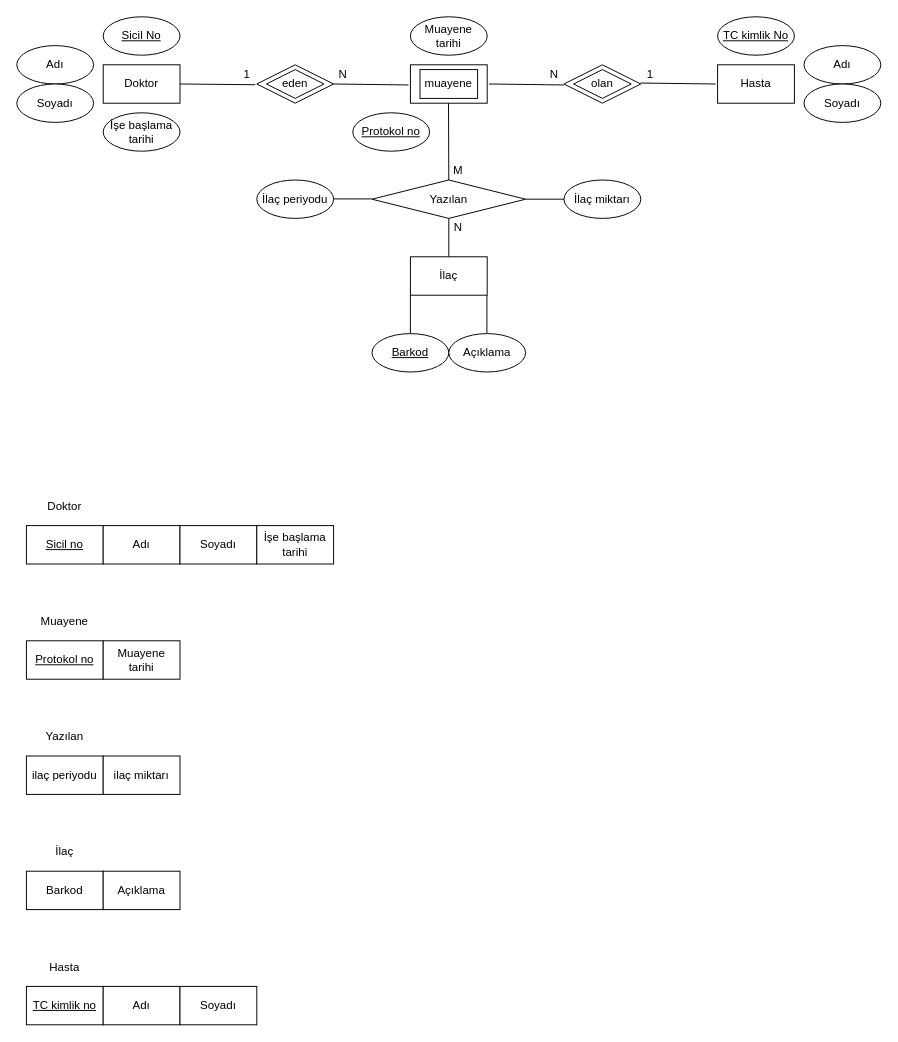
Above: ogrenci_bilgi_sistemi.drawio in semihhdemirel/semihhdemirel (draw.io), before the change. Source tidied: cells renumbered, new cells numbered last; positions are measured from the earlier drawing's top-left corner, leaving out a move shared by most shapes. Both pictures are drawn from the tidied source at 96%, with x=0, y=0 at pixel (16, 16).
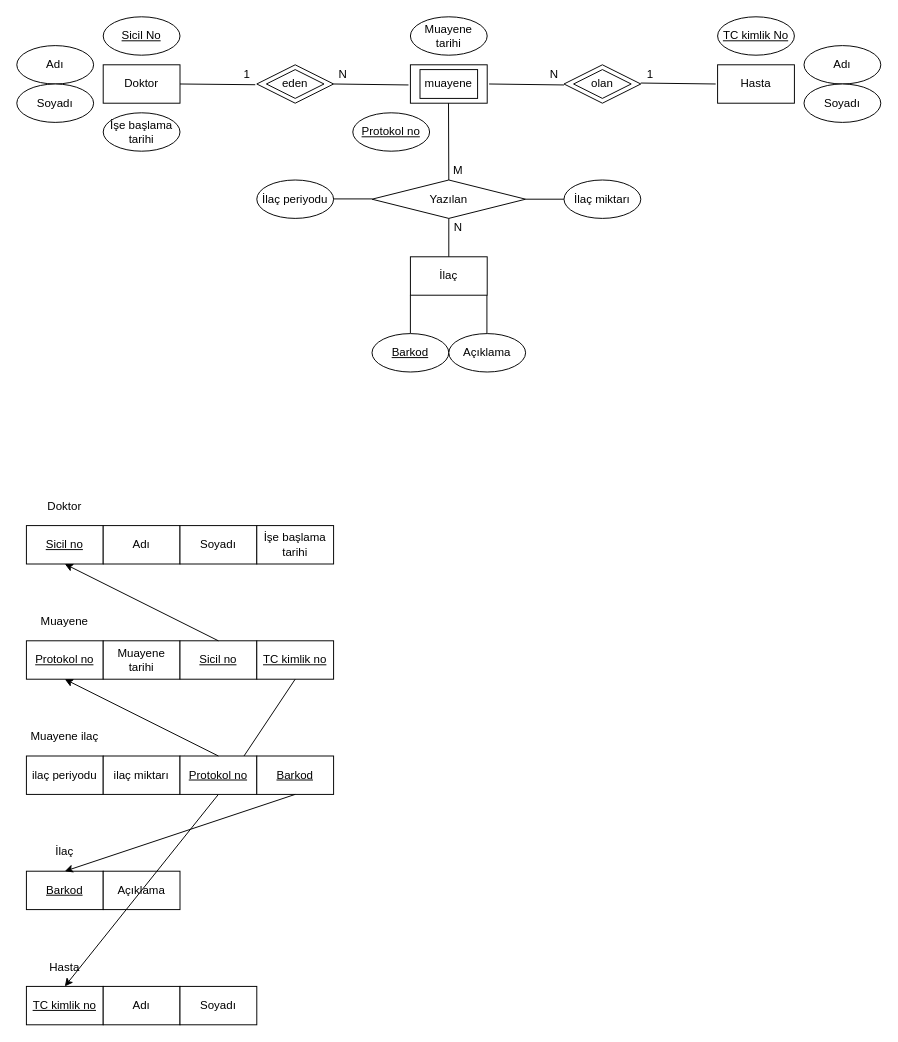
Above is the later version.

The change refers to these unchanged cells:
```xml
<mxCell id="5" value="&lt;u&gt;Sicil no&lt;/u&gt;" style="rounded=0;whiteSpace=wrap;html=1;" parent="1" vertex="1">
  <mxGeometry x="10" y="530" width="80" height="40" as="geometry" />
</mxCell>
<mxCell id="46" value="&lt;u&gt;Protokol no&lt;/u&gt;" style="rounded=0;whiteSpace=wrap;html=1;" parent="1" vertex="1">
  <mxGeometry x="10" y="650" width="80" height="40" as="geometry" />
</mxCell>
<mxCell id="51" value="İlaç" style="text;html=1;align=center;verticalAlign=middle;whiteSpace=wrap;rounded=0;" parent="1" vertex="1">
  <mxGeometry x="10" y="850" width="80" height="40" as="geometry" />
</mxCell>
<mxCell id="54" value="Hasta" style="text;html=1;align=center;verticalAlign=middle;whiteSpace=wrap;rounded=0;" parent="1" vertex="1">
  <mxGeometry x="10" y="970" width="80" height="40" as="geometry" />
</mxCell>
```

The edit, as a diff of the source:
```diff
@@
-    <mxCell id="48" value="Yazılan" style="text;html=1;align=center;verticalAlign=middle;whiteSpace=wrap;rounded=0;" parent="1" vertex="1">
+    <mxCell id="48" value="Muayene ilaç" style="text;html=1;align=center;verticalAlign=middle;whiteSpace=wrap;rounded=0;" parent="1" vertex="1">
       <mxGeometry x="10" y="730" width="80" height="40" as="geometry" />
     </mxCell>
@@
-    <mxCell id="52" value="Barkod" style="rounded=0;whiteSpace=wrap;html=1;" parent="1" vertex="1">
+    <mxCell id="52" value="&lt;u&gt;Barkod&lt;/u&gt;" style="rounded=0;whiteSpace=wrap;html=1;" parent="1" vertex="1">
       <mxGeometry x="10" y="890" width="80" height="40" as="geometry" />
     </mxCell>
@@
+    <mxCell id="59" value="&lt;u&gt;Sicil no&lt;/u&gt;" style="rounded=0;whiteSpace=wrap;html=1;" parent="1" vertex="1">
+      <mxGeometry x="170" y="650" width="80" height="40" as="geometry" />
+    </mxCell>
+    <mxCell id="60" style="endArrow=classic;html=1;rounded=0;entryX=0.5;entryY=1;entryDx=0;entryDy=0;" parent="1" edge="1" target="5">
+      <mxGeometry relative="1" as="geometry">
+        <mxPoint x="210" y="650" as="sourcePoint" />
+      </mxGeometry>
+    </mxCell>
+    <mxCell id="61" value="&lt;u&gt;TC kimlik no&lt;/u&gt;" style="rounded=0;whiteSpace=wrap;html=1;" parent="1" vertex="1">
+      <mxGeometry x="250" y="650" width="80" height="40" as="geometry" />
+    </mxCell>
+    <mxCell id="62" style="endArrow=classic;html=1;rounded=0;exitX=0.5;exitY=1;exitDx=0;exitDy=0;entryX=0.5;entryY=1;entryDx=0;entryDy=0;" parent="1" edge="1" source="64" target="54">
+      <mxGeometry relative="1" as="geometry" />
+    </mxCell>
+    <mxCell id="63" style="endArrow=classic;html=1;rounded=0;exitX=0.5;exitY=1;exitDx=0;exitDy=0;entryX=0.5;entryY=1;entryDx=0;entryDy=0;" parent="1" edge="1" source="61" target="64">
+      <mxGeometry relative="1" as="geometry" />
+    </mxCell>
+    <mxCell id="64" value="&lt;u&gt;Protokol no&lt;/u&gt;" style="rounded=0;whiteSpace=wrap;html=1;" parent="1" vertex="1">
+      <mxGeometry x="170" y="770" width="80" height="40" as="geometry" />
+    </mxCell>
+    <mxCell id="65" value="&lt;u&gt;Barkod&lt;/u&gt;" style="rounded=0;whiteSpace=wrap;html=1;" parent="1" vertex="1">
+      <mxGeometry x="250" y="770" width="80" height="40" as="geometry" />
+    </mxCell>
+    <mxCell id="66" style="endArrow=classic;html=1;rounded=0;entryX=0.5;entryY=1;entryDx=0;entryDy=0;exitX=0.5;exitY=0;exitDx=0;exitDy=0;" parent="1" edge="1" source="64" target="46">
+      <mxGeometry relative="1" as="geometry" />
+    </mxCell>
+    <mxCell id="67" style="endArrow=classic;html=1;rounded=0;entryX=0.5;entryY=1;entryDx=0;entryDy=0;" parent="1" edge="1" target="51">
+      <mxGeometry relative="1" as="geometry">
+        <mxPoint x="290" y="810" as="sourcePoint" />
+      </mxGeometry>
+    </mxCell>
```
